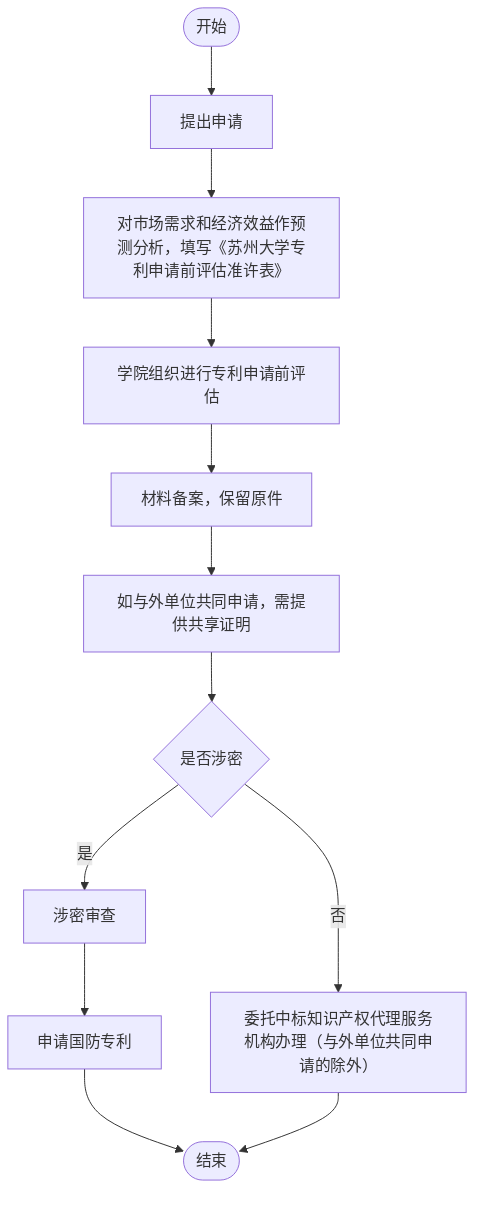
Earlier version of the Mermaid export outline2flow/flow_outputs/page_66.png (AmyIvan/work1). Its source is kept beside it as outline2flow/mmd_outputs/page_66.mmd.
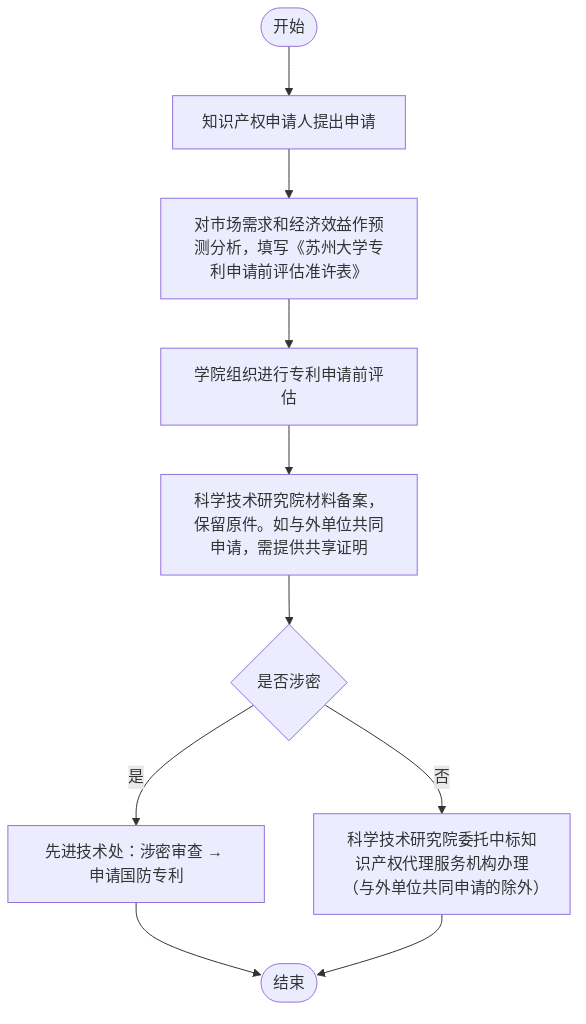
The same file after the commit.

Diff of the diagram source:
```diff
@@ -1,24 +1,10 @@
 flowchart TD
-    Start(["开始"])
-    End(["结束"])
-    A["提出申请"]
-    B["对市场需求和经济效益作预测分析，填写《苏州大学专利申请前评估准许表》"]
-    C["学院组织进行专利申请前评估"]
-    D["材料备案，保留原件"]
-    E["如与外单位共同申请，需提供共享证明"]
-    F{"是否涉密"}
-    G["涉密审查"]
-    H["申请国防专利"]
-    I["委托中标知识产权代理服务机构办理（与外单位共同申请的除外）"]
-
-    Start --> A
-    A --> B
-    B --> C
-    C --> D
-    D --> E
-    E --> F
-    F -- 是 --> G
-    G --> H
-    H --> End
-    F -- 否 --> I
-    I --> End
+    Start([开始]) --> P1[知识产权申请人提出申请]
+    P1 --> P2[对市场需求和经济效益作预测分析，填写《苏州大学专利申请前评估准许表》]
+    P2 --> P3[学院组织进行专利申请前评估]
+    P3 --> P4[科学技术研究院材料备案，保留原件。如与外单位共同申请，需提供共享证明]
+    P4 --> P5{是否涉密}
+    P5 -->|是| P6[先进技术处：涉密审查 → 申请国防专利]
+    P5 -->|否| P7[科学技术研究院委托中标知识产权代理服务机构办理（与外单位共同申请的除外）]
+    P6 --> End([结束])
+    P7 --> End([结束])
```
